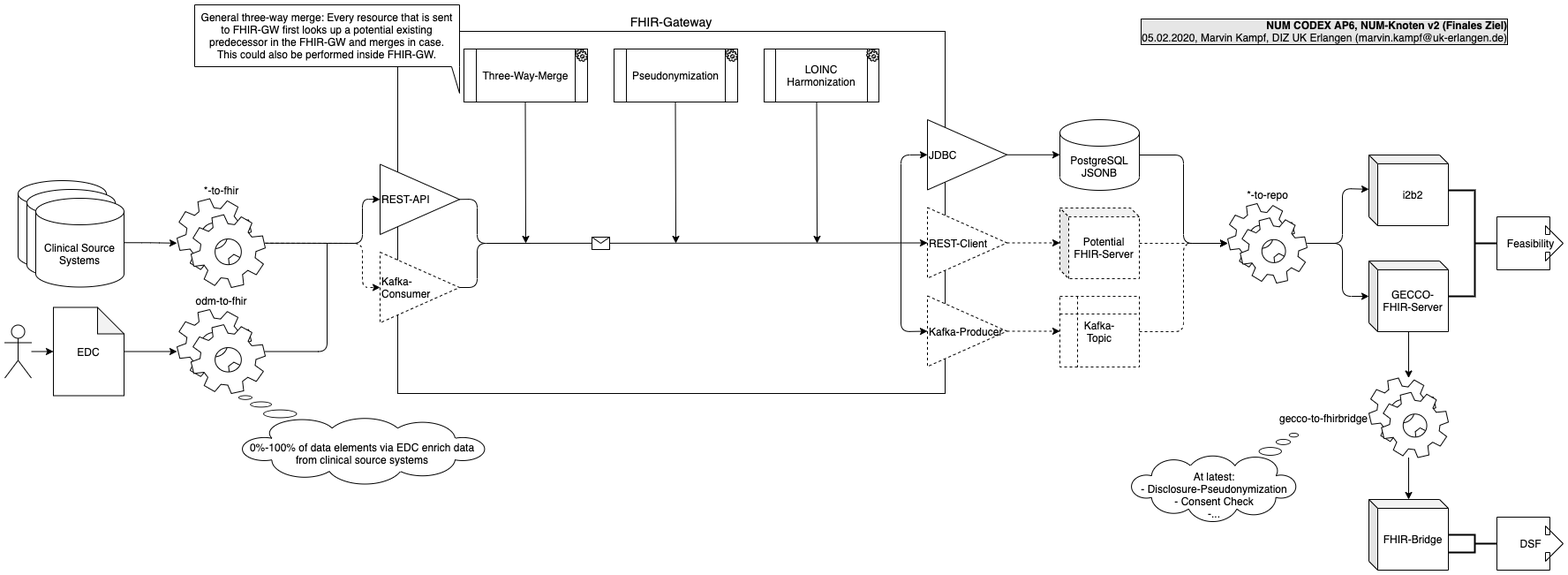
Earlier version of the draw.io export img/num-codex-ap6-nk-v2-final.png (num-codex/num-knoten). Source tidied: cells renumbered, new cells last; positions are measured from the earlier drawing's top-left corner, leaving out a move shared by most shapes.
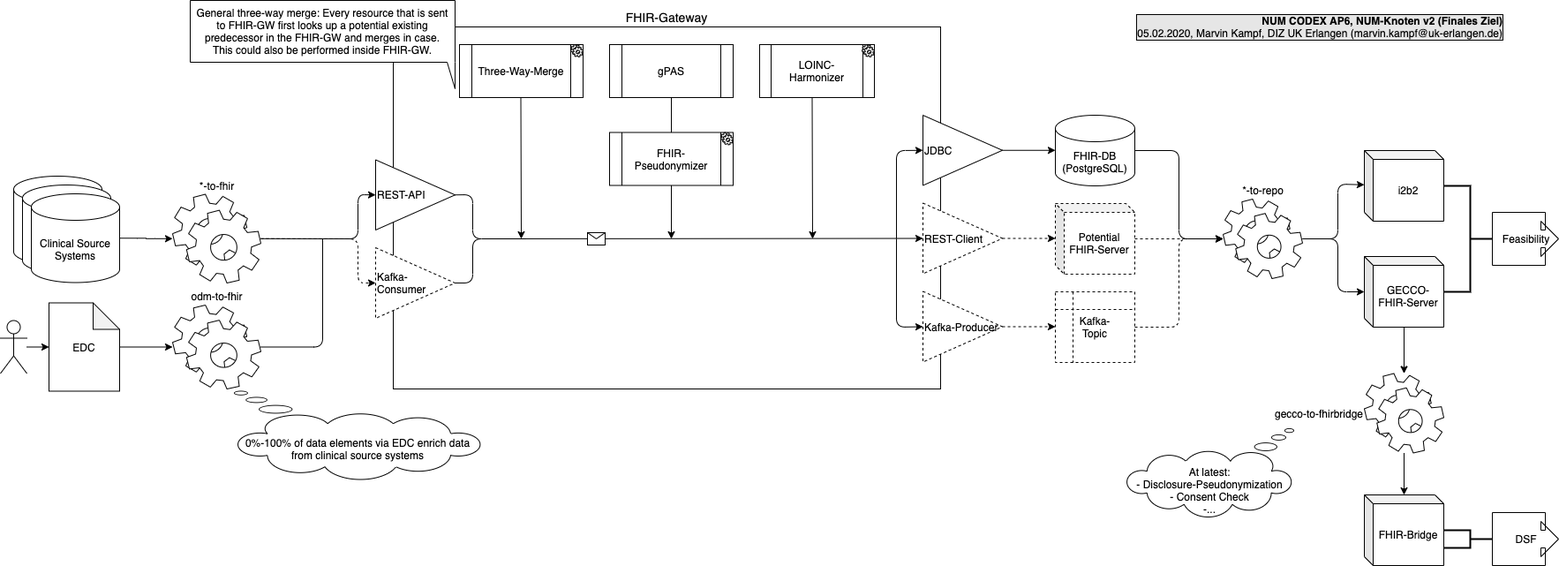
Above is the later version.

Commit message:
doc: renames some components in diagrams

The edit, as a diff of the source:
```diff
@@ -16,18 +16,17 @@
     <mxCell id="5" value="REST-API" style="triangle;whiteSpace=wrap;html=1;align=left;" parent="3" vertex="1">
       <mxGeometry y="150.5" width="90" height="79.5" as="geometry" />
     </mxCell>
-    <mxCell id="6" value="LOINC Harmonization" style="shape=process;whiteSpace=wrap;html=1;backgroundOutline=1;" parent="3" vertex="1">
+    <mxCell id="6" value="LOINC-Harmonizer" style="shape=process;whiteSpace=wrap;html=1;backgroundOutline=1;" parent="3" vertex="1">
       <mxGeometry x="435" y="20" width="130" height="60" as="geometry" />
     </mxCell>
-    <mxCell id="7" value="Pseudonymization" style="shape=process;whiteSpace=wrap;html=1;backgroundOutline=1;" parent="3" vertex="1">
-      <mxGeometry x="265" y="20" width="140" height="60" as="geometry" />
+    <mxCell id="7" value="FHIR-Pseudonymizer" style="shape=process;whiteSpace=wrap;html=1;backgroundOutline=1;" parent="3" vertex="1">
+      <mxGeometry x="265" y="119.5" width="140" height="60" as="geometry" />
     </mxCell>
     <mxCell id="8" value="Three-Way-Merge" style="shape=process;whiteSpace=wrap;html=1;backgroundOutline=1;" parent="3" vertex="1">
       <mxGeometry x="95" y="20" width="140" height="60" as="geometry" />
     </mxCell>
-    <mxCell id="9" style="endArrow=classic;html=1;exitX=0.5;exitY=1;exitDx=0;exitDy=0;" parent="3" edge="1">
+    <mxCell id="9" style="endArrow=classic;html=1;" parent="3" edge="1" source="7">
       <mxGeometry x="-5" as="geometry">
-        <mxPoint x="334.5" y="80" as="sourcePoint" />
         <mxPoint x="335" y="240" as="targetPoint" />
       </mxGeometry>
     </mxCell>
@@ -97,7 +96,7 @@
       <mxGeometry x="221" y="20" width="14" height="14" as="geometry" />
     </mxCell>
     <mxCell id="22" style="shape=mxgraph.bpmn.service_task;html=1;align=center;" parent="3" vertex="1">
-      <mxGeometry x="391" y="20" width="14" height="14" as="geometry" />
+      <mxGeometry x="391" y="119.5" width="14" height="14" as="geometry" />
     </mxCell>
     <mxCell id="23" style="shape=mxgraph.bpmn.service_task;html=1;align=center;" parent="3" vertex="1">
       <mxGeometry x="551" y="20" width="14" height="14" as="geometry" />
@@ -105,7 +104,13 @@
     <mxCell id="24" value="General three-way merge: Every resource that is sent to FHIR-GW first looks up a potential existing predecessor in the FHIR-GW and merges in case.&lt;br&gt;This could also be performed inside FHIR-GW." style="shape=callout;whiteSpace=wrap;html=1;perimeter=calloutPerimeter;align=center;rotation=0;base=34;size=30;position=0.97;position2=1;" parent="3" vertex="1">
       <mxGeometry x="-210" y="-30" width="300" height="100" as="geometry" />
     </mxCell>
+    <mxCell id="63" style="edgeStyle=orthogonalEdgeStyle;rounded=0;jettySize=auto;html=1;endArrow=none;endFill=0;" parent="3" edge="1" source="64" target="7">
+      <mxGeometry relative="1" as="geometry" />
+    </mxCell>
+    <mxCell id="64" value="gPAS" style="shape=process;whiteSpace=wrap;html=1;backgroundOutline=1;" parent="3" vertex="1">
+      <mxGeometry x="265" y="20" width="140" height="60" as="geometry" />
+    </mxCell>
-    <mxCell id="25" value="PostgreSQL JSONB" style="shape=cylinder3;whiteSpace=wrap;html=1;boundedLbl=1;backgroundOutline=1;size=15;align=center;" parent="1" vertex="1">
+    <mxCell id="25" value="FHIR-DB (PostgreSQL)" style="shape=cylinder3;whiteSpace=wrap;html=1;boundedLbl=1;backgroundOutline=1;size=15;align=center;" parent="1" vertex="1">
       <mxGeometry x="1195" y="130" width="90" height="80" as="geometry" />
     </mxCell>
     <mxCell id="26" style="endArrow=classic;html=1;entryX=0;entryY=0.5;entryDx=0;entryDy=0;entryPerimeter=0;exitX=1;exitY=0.5;exitDx=0;exitDy=0;dashed=1;" parent="1" edge="1">
```
